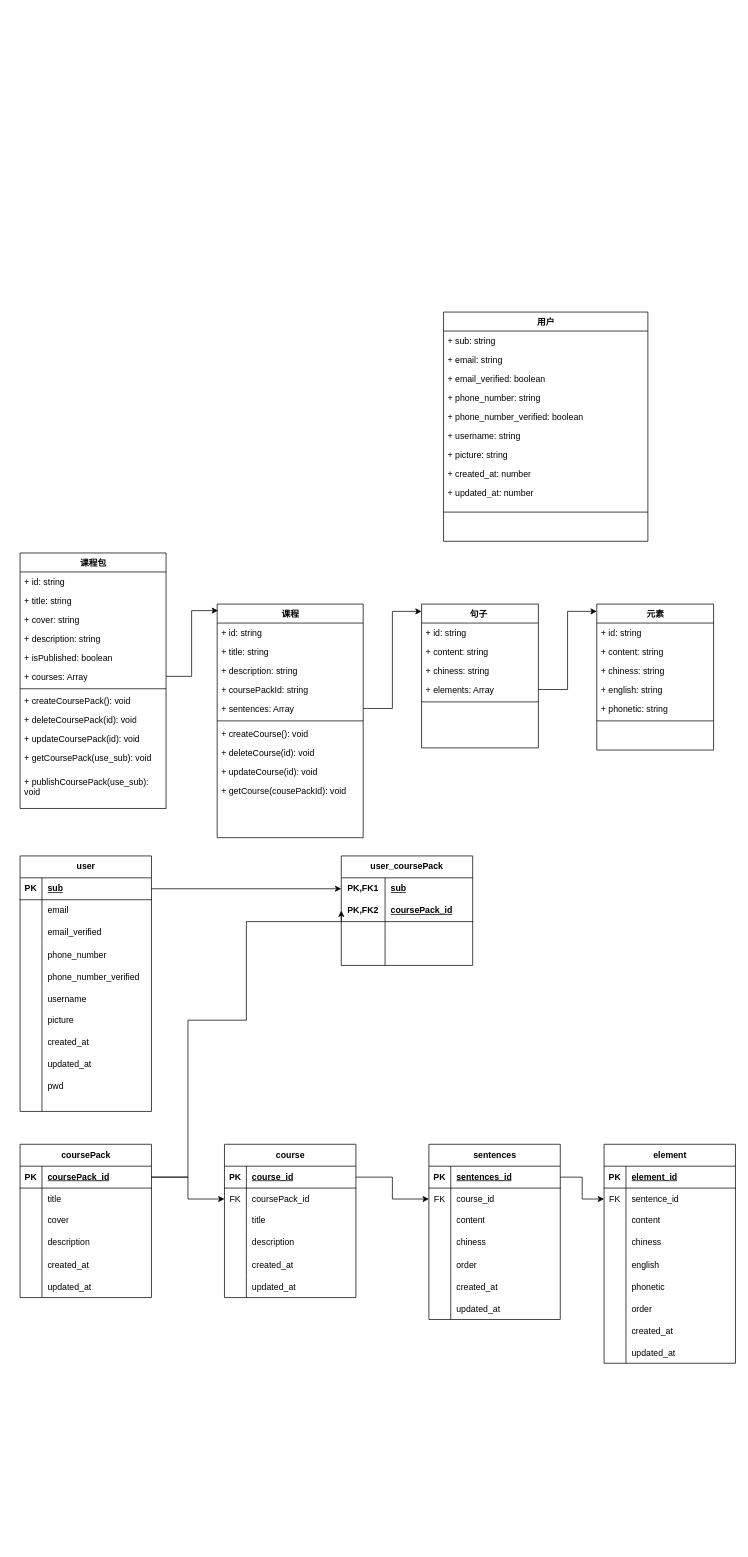
Above: 数据库表.drawio in gjf610/my-blog (draw.io), before the change. Source tidied: cells renumbered, new cells numbered last; positions are measured from the earlier drawing's top-left corner, leaving out a move shared by most shapes. Both pictures are drawn from the tidied source at 73%, with x=0, y=0 at pixel (20, 312).
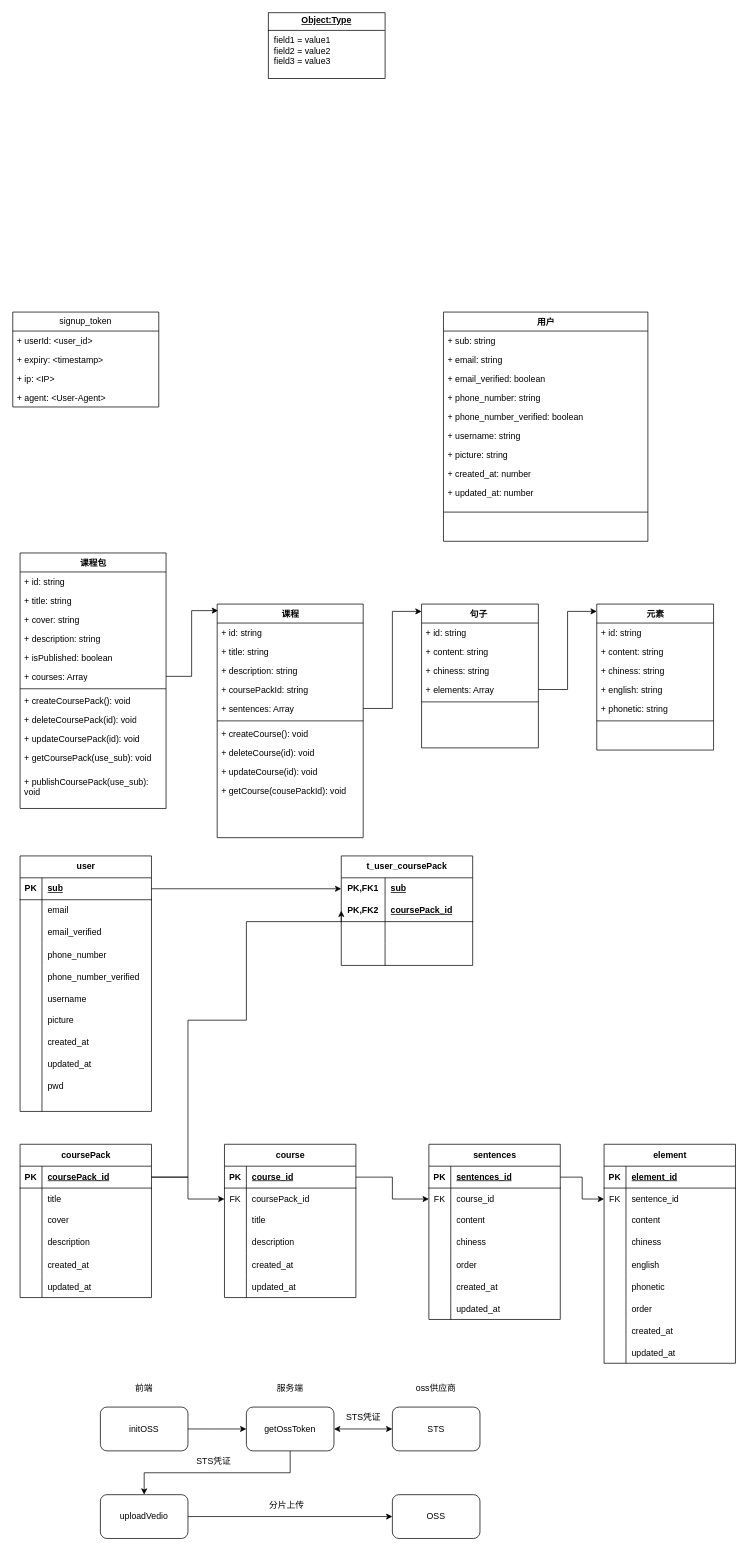
The same page after the edit.

Commit message:
更新数据库表.drawio

The edit, as a diff of the source:
```diff
@@
-    <mxCell id="147" value="&lt;span style=&quot;text-wrap: nowrap;&quot;&gt;user_coursePack&lt;/span&gt;" style="shape=table;startSize=30;childLayout=tableLayout;rowLines=0;fontStyle=1;align=center;html=1;whiteSpace=wrap;" parent="1" vertex="1">
+    <mxCell id="147" value="&lt;span style=&quot;text-wrap: nowrap;&quot;&gt;t_user_coursePack&lt;/span&gt;" style="shape=table;startSize=30;childLayout=tableLayout;rowLines=0;fontStyle=1;align=center;html=1;whiteSpace=wrap;" parent="1" vertex="1">
       <mxGeometry x="440" y="745" width="180" height="150" as="geometry" />
     </mxCell>
@@
+    <mxCell id="196" value="signup_token" style="swimlane;fontStyle=0;horizontal=1;startSize=26;fillColor=none;whiteSpace=wrap;html=1;" parent="1" vertex="1">
+      <mxGeometry x="-10" width="200" height="130" as="geometry" />
+    </mxCell>
+    <mxCell id="197" value="+ userId: &amp;lt;user_id&amp;gt;" style="text;strokeColor=none;fillColor=none;align=left;verticalAlign=top;spacingLeft=4;spacingRight=4;overflow=hidden;whiteSpace=wrap;html=1;" parent="196" vertex="1">
+      <mxGeometry y="26" width="200" height="26" as="geometry" />
+    </mxCell>
+    <mxCell id="198" value="+ expiry: &amp;lt;timestamp&amp;gt;" style="text;strokeColor=none;fillColor=none;align=left;verticalAlign=top;spacingLeft=4;spacingRight=4;overflow=hidden;whiteSpace=wrap;html=1;" parent="196" vertex="1">
+      <mxGeometry y="52" width="200" height="26" as="geometry" />
+    </mxCell>
+    <mxCell id="199" value="+ ip: &amp;lt;IP&amp;gt;" style="text;strokeColor=none;fillColor=none;align=left;verticalAlign=top;spacingLeft=4;spacingRight=4;overflow=hidden;whiteSpace=wrap;html=1;" parent="196" vertex="1">
+      <mxGeometry y="78" width="200" height="26" as="geometry" />
+    </mxCell>
+    <mxCell id="200" value="+ agent: &amp;lt;User-Agent&amp;gt;" style="text;strokeColor=none;fillColor=none;align=left;verticalAlign=top;spacingLeft=4;spacingRight=4;overflow=hidden;whiteSpace=wrap;html=1;" parent="196" vertex="1">
+      <mxGeometry y="104" width="200" height="26" as="geometry" />
+    </mxCell>
+    <mxCell id="201" value="&lt;p style=&quot;margin:0px;margin-top:4px;text-align:center;text-decoration:underline;&quot;&gt;&lt;b&gt;Object:Type&lt;/b&gt;&lt;/p&gt;&lt;hr size=&quot;1&quot; style=&quot;border-style:solid;&quot;/&gt;&lt;p style=&quot;margin:0px;margin-left:8px;&quot;&gt;field1 = value1&lt;br/&gt;field2 = value2&lt;br&gt;field3 = value3&lt;/p&gt;" style="verticalAlign=top;align=left;overflow=fill;html=1;whiteSpace=wrap;" parent="1" vertex="1">
+      <mxGeometry x="340" y="-410" width="160" height="90" as="geometry" />
+    </mxCell>
+    <mxCell id="202" style="edgeStyle=orthogonalEdgeStyle;rounded=0;jettySize=auto;html=1;entryX=0;entryY=0.5;entryDx=0;entryDy=0;" parent="1" edge="1" source="203" target="204">
+      <mxGeometry relative="1" as="geometry" />
+    </mxCell>
+    <mxCell id="203" value="uploadVedio" style="rounded=1;whiteSpace=wrap;html=1;" parent="1" vertex="1">
+      <mxGeometry x="110" y="1620" width="120" height="60" as="geometry" />
+    </mxCell>
+    <mxCell id="204" value="OSS" style="rounded=1;whiteSpace=wrap;html=1;" parent="1" vertex="1">
+      <mxGeometry x="510" y="1620" width="120" height="60" as="geometry" />
+    </mxCell>
+    <mxCell id="205" style="edgeStyle=orthogonalEdgeStyle;rounded=0;orthogonalLoop=1;jettySize=auto;html=1;exitX=0.5;exitY=1;exitDx=0;exitDy=0;" parent="1" edge="1">
+      <mxGeometry relative="1" as="geometry">
+        <mxPoint x="370" y="1680" as="sourcePoint" />
+        <mxPoint x="370" y="1680" as="targetPoint" />
+      </mxGeometry>
+    </mxCell>
+    <mxCell id="206" style="edgeStyle=orthogonalEdgeStyle;rounded=0;jettySize=auto;html=1;entryX=0.5;entryY=0;entryDx=0;entryDy=0;" parent="1" edge="1" source="207" target="203">
+      <mxGeometry relative="1" as="geometry">
+        <Array as="points">
+          <mxPoint x="370" y="1590" />
+          <mxPoint x="170" y="1590" />
+        </Array>
+      </mxGeometry>
+    </mxCell>
+    <mxCell id="207" value="getOssToken" style="rounded=1;whiteSpace=wrap;html=1;" parent="1" vertex="1">
+      <mxGeometry x="310" y="1500" width="120" height="60" as="geometry" />
+    </mxCell>
+    <mxCell id="208" style="edgeStyle=orthogonalEdgeStyle;rounded=0;jettySize=auto;html=1;entryX=0;entryY=0.5;entryDx=0;entryDy=0;" parent="1" edge="1" source="209" target="207">
+      <mxGeometry relative="1" as="geometry">
+        <Array as="points">
+          <mxPoint x="260" y="1530" />
+          <mxPoint x="260" y="1530" />
+        </Array>
+      </mxGeometry>
+    </mxCell>
+    <mxCell id="209" value="initOSS" style="rounded=1;whiteSpace=wrap;html=1;" parent="1" vertex="1">
+      <mxGeometry x="110" y="1500" width="120" height="60" as="geometry" />
+    </mxCell>
+    <mxCell id="210" value="前端" style="text;html=1;align=center;verticalAlign=middle;whiteSpace=wrap;rounded=0;" parent="1" vertex="1">
+      <mxGeometry x="140" y="1460" width="60" height="30" as="geometry" />
+    </mxCell>
+    <mxCell id="211" value="服务端" style="text;html=1;align=center;verticalAlign=middle;whiteSpace=wrap;rounded=0;" parent="1" vertex="1">
+      <mxGeometry x="340" y="1460" width="60" height="30" as="geometry" />
+    </mxCell>
+    <mxCell id="212" value="oss供应商" style="text;html=1;align=center;verticalAlign=middle;whiteSpace=wrap;rounded=0;" parent="1" vertex="1">
+      <mxGeometry x="540" y="1460" width="60" height="30" as="geometry" />
+    </mxCell>
+    <mxCell id="213" value="STS" style="rounded=1;whiteSpace=wrap;html=1;" parent="1" vertex="1">
+      <mxGeometry x="510" y="1500" width="120" height="60" as="geometry" />
+    </mxCell>
+    <mxCell id="214" value="STS凭证" style="text;html=1;align=center;verticalAlign=middle;strokeColor=none;fillColor=none;" parent="1" vertex="1">
+      <mxGeometry x="230" y="1560" width="70" height="30" as="geometry" />
+    </mxCell>
+    <mxCell id="215" style="endArrow=classic;startArrow=classic;html=1;rounded=0;" parent="1" edge="1" source="207" target="213">
+      <mxGeometry relative="1" as="geometry">
+        <Array as="points">
+          <mxPoint x="470" y="1530" />
+        </Array>
+      </mxGeometry>
+    </mxCell>
+    <mxCell id="216" value="&lt;span style=&quot;color: rgb(0, 0, 0); font-family: Helvetica; font-size: 12px; font-style: normal; font-variant-ligatures: normal; font-variant-caps: normal; font-weight: 400; letter-spacing: normal; orphans: 2; text-align: center; text-indent: 0px; text-transform: none; widows: 2; word-spacing: 0px; -webkit-text-stroke-width: 0px; white-space: nowrap; background-color: rgb(251, 251, 251); text-decoration-thickness: initial; text-decoration-style: initial; text-decoration-color: initial; display: inline !important; float: none;&quot;&gt;STS凭证&lt;/span&gt;" style="text;whiteSpace=wrap;html=1;" parent="1" vertex="1">
+      <mxGeometry x="445" y="1500" width="80" height="40" as="geometry" />
+    </mxCell>
+    <mxCell id="217" value="分片上传" style="text;html=1;align=center;verticalAlign=middle;strokeColor=none;fillColor=none;" parent="1" vertex="1">
+      <mxGeometry x="330" y="1620" width="70" height="30" as="geometry" />
+    </mxCell>
```
